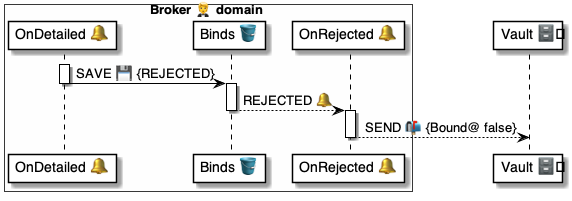
Above: 4 ⚙️ Solution/20 🧑‍🦰 UI/Brokers 🤵/🤵🪣 Broker tables/Binds 🔗 table/🪣🔔 4 Rejected/🤵 OnBindRejected ⚙️ uml.png in pollyweb-org/pollyweb-docs (PlantUML), before the change. Its source is kept beside it as 4 ⚙️ Solution/20 🧑‍🦰 UI/Brokers 🤵/🤵🪣 Broker tables/Binds 🔗 table/🪣🔔 4 Rejected/🤵 OnBindRejected ⚙️ uml.puml. Source of this version:
```plantuml
@startuml OnBindRejected


box Broker 🤵 domain #FFFFFA
    participant "OnDetailed 🔔" as script
    participant "Binds 🪣" as binds
    participant "OnRejected 🔔" as handler
end box

participant "Vault 🗄️" as vault

activate script
    script -> binds: SAVE 💾 {REJECTED}
deactivate script

activate binds
    binds --> handler: REJECTED 🔔
deactivate binds

activate handler
    handler --> vault: SEND 📬 {Bound@ false}
deactivate handler


@enduml
```
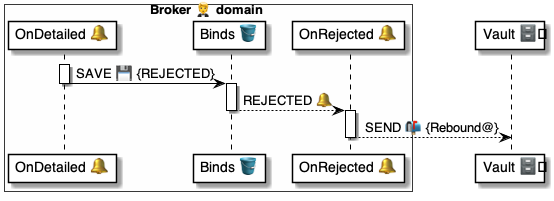
After the change.

Change to the diagram source:
```diff
@@ -18,7 +18,7 @@
 deactivate binds
 
 activate handler
-    handler --> vault: SEND 📬 {Bound@ false}
+    handler --> vault: SEND 📬 {Rebound@}
 deactivate handler
 
 
```
